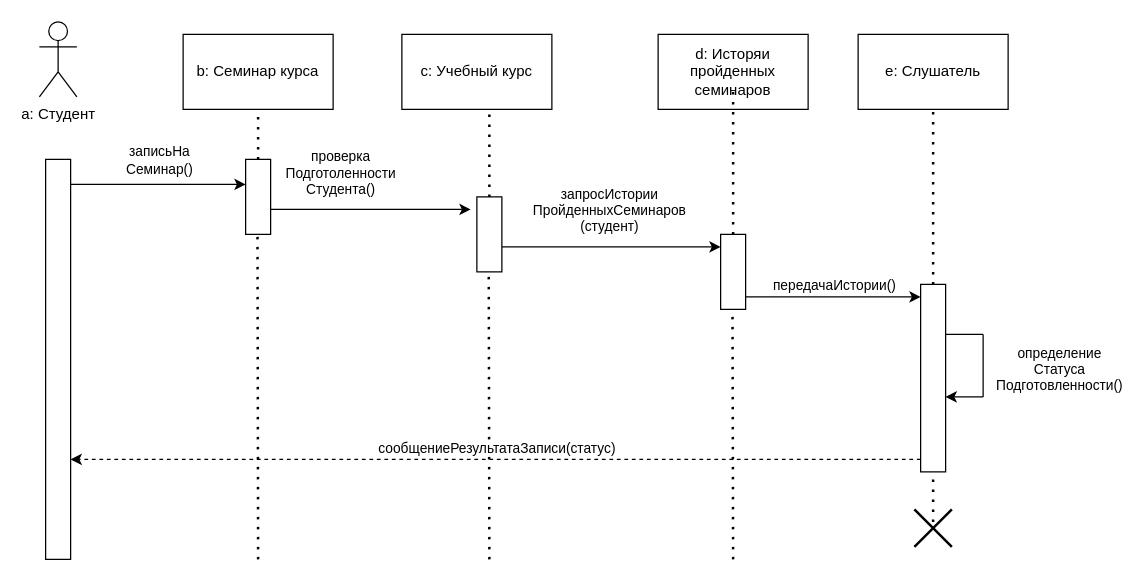
The draw.io diagram acms4_1.drawio in v-tempe/draw.io, before the edit. Source tidied: cells renumbered, new cells numbered last; positions are measured from the earlier drawing's top-left corner, leaving out a move shared by most shapes. Both pictures are drawn from the tidied source at 125%, with x=0, y=0 at pixel (39, 21).
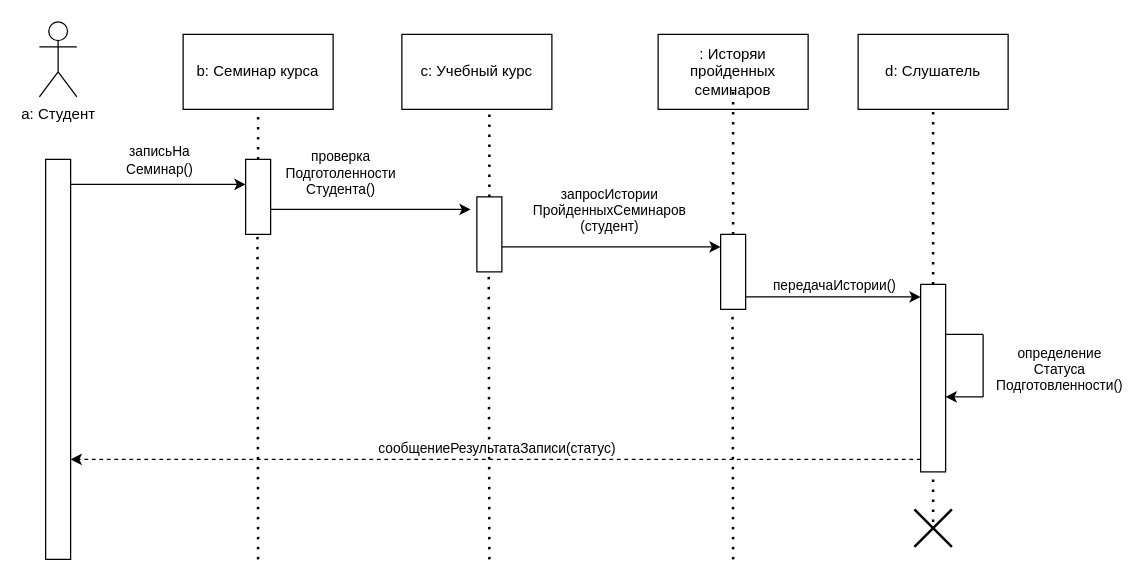
The same diagram, later.

Diff of the diagram source:
```diff
@@
-    <mxCell id="4" value="e: Слушатель" style="rounded=0;whiteSpace=wrap;html=1;" parent="1" vertex="1">
+    <mxCell id="4" value="d: Слушатель" style="rounded=0;whiteSpace=wrap;html=1;" parent="1" vertex="1">
       <mxGeometry x="655" y="10" width="120" height="60" as="geometry" />
     </mxCell>
-    <mxCell id="5" value="d: Исторяи пройденных семинаров" style="rounded=0;whiteSpace=wrap;html=1;" parent="1" vertex="1">
+    <mxCell id="5" value=": Исторяи пройденных семинаров" style="rounded=0;whiteSpace=wrap;html=1;" parent="1" vertex="1">
       <mxGeometry x="495" y="10" width="120" height="60" as="geometry" />
     </mxCell>
```
